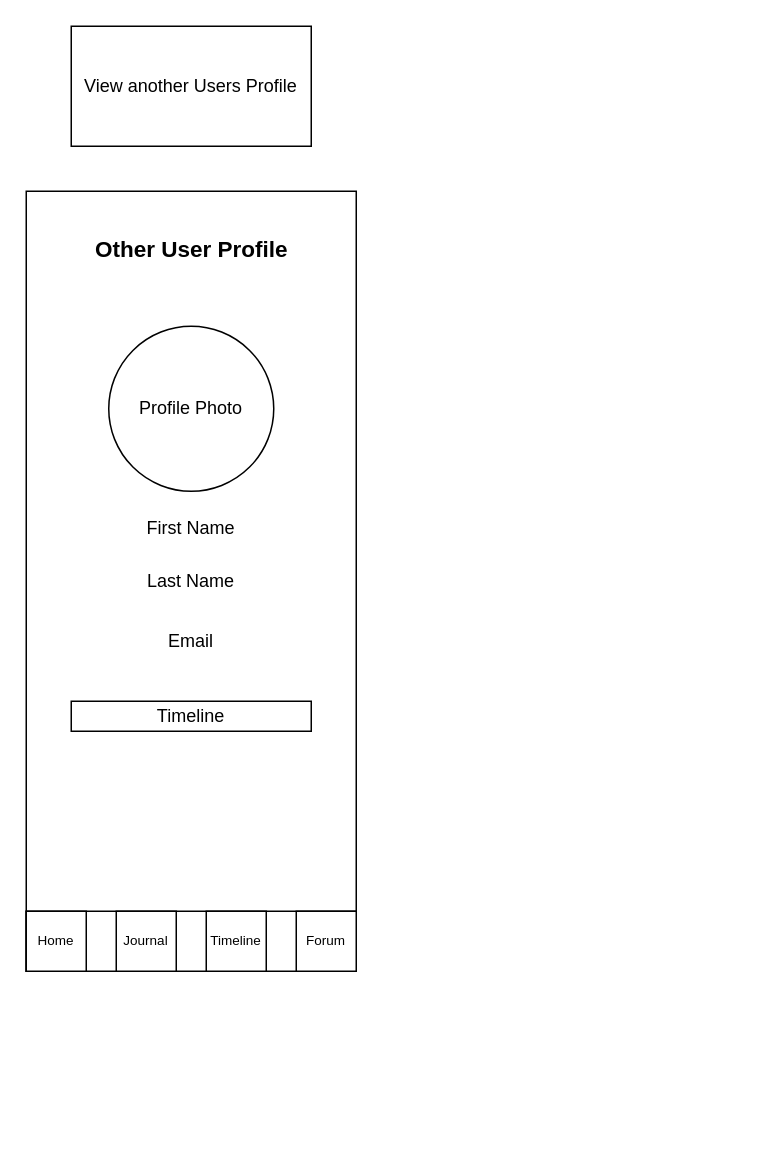
Earlier version of the draw.io diagram page "ViewOtherUserProfile" (13 of 16) of Chronicle_Initial_App_Wireframe_Designs.drawio (Vaibhav-G-Parmar/Chronicle-Your-Ultimate-Travel-Companion). Source tidied: cells renumbered, new cells numbered last; positions are measured from the earlier drawing's top-left corner, leaving out a move shared by most shapes. Both pictures are drawn from the tidied source at 150%, with x=0, y=0 at pixel (26, 26).
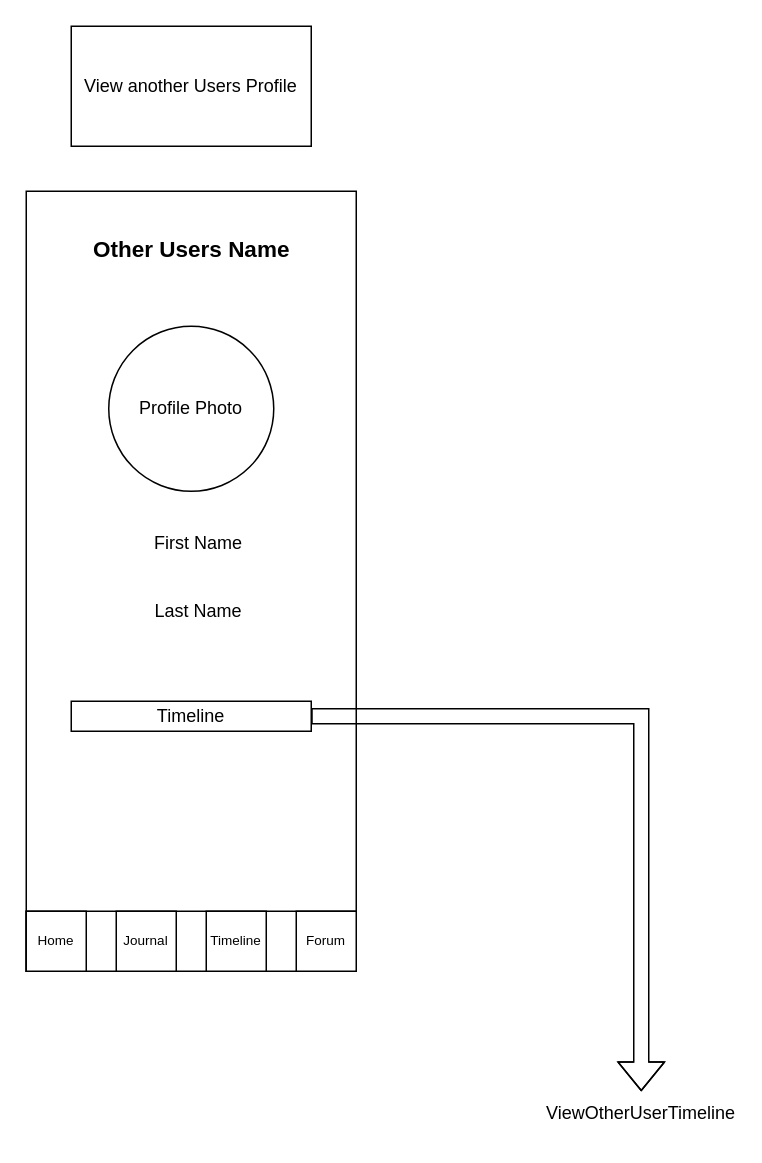
After the change.

Unchanged cells that the change refers to:
```xml
<mxCell id="13" value="Timeline" style="rounded=0;whiteSpace=wrap;html=1;" parent="1" vertex="1">
  <mxGeometry x="30" y="450" width="160" height="20" as="geometry" />
</mxCell>
```

Diff of the diagram source:
```diff
@@
-    <mxCell id="12" value="&lt;h1 style=&quot;font-size: 15px;&quot;&gt;&lt;font style=&quot;font-size: 15px;&quot;&gt;Other User Profile&lt;/font&gt;&lt;/h1&gt;" style="text;html=1;strokeColor=none;fillColor=none;spacing=5;spacingTop=-20;whiteSpace=wrap;overflow=hidden;rounded=0;align=center;fontSize=15;" parent="1" vertex="1">
+    <mxCell id="12" value="&lt;h1 style=&quot;font-size: 15px;&quot;&gt;Other Users Name&lt;/h1&gt;" style="text;html=1;strokeColor=none;fillColor=none;spacing=5;spacingTop=-20;whiteSpace=wrap;overflow=hidden;rounded=0;align=center;fontSize=15;" parent="1" vertex="1">
       <mxGeometry x="32.5" y="140" width="155" height="30" as="geometry" />
     </mxCell>
@@
     <mxCell id="14" value="First Name" style="text;html=1;strokeColor=none;fillColor=none;align=center;verticalAlign=middle;whiteSpace=wrap;rounded=0;" parent="1" vertex="1">
-      <mxGeometry x="75" y="330" width="70" height="10" as="geometry" />
+      <mxGeometry x="80" y="340" width="70" height="10" as="geometry" />
     </mxCell>
-    <mxCell id="15" value="Email" style="text;html=1;strokeColor=none;fillColor=none;align=center;verticalAlign=middle;whiteSpace=wrap;rounded=0;" parent="1" vertex="1">
-      <mxGeometry x="75" y="400" width="70" height="20" as="geometry" />
-    </mxCell>
@@
     <mxCell id="17" value="Last Name" style="text;html=1;strokeColor=none;fillColor=none;align=center;verticalAlign=middle;whiteSpace=wrap;rounded=0;" parent="1" vertex="1">
-      <mxGeometry x="75" y="360" width="70" height="20" as="geometry" />
+      <mxGeometry x="80" y="380" width="70" height="20" as="geometry" />
     </mxCell>
+    <mxCell id="18" style="shape=flexArrow;endArrow=classic;html=1;rounded=0;exitX=1;exitY=0.5;exitDx=0;exitDy=0;" parent="1" edge="1" source="13" target="19">
+      <mxGeometry relative="1" as="geometry">
+        <Array as="points">
+          <mxPoint x="410" y="460" />
+        </Array>
+      </mxGeometry>
+    </mxCell>
+    <mxCell id="19" value="ViewOtherUserTimeline" style="text;html=1;strokeColor=none;fillColor=none;align=center;verticalAlign=middle;whiteSpace=wrap;rounded=0;" parent="1" vertex="1">
+      <mxGeometry x="380" y="710" width="60" height="30" as="geometry" />
+    </mxCell>
```
